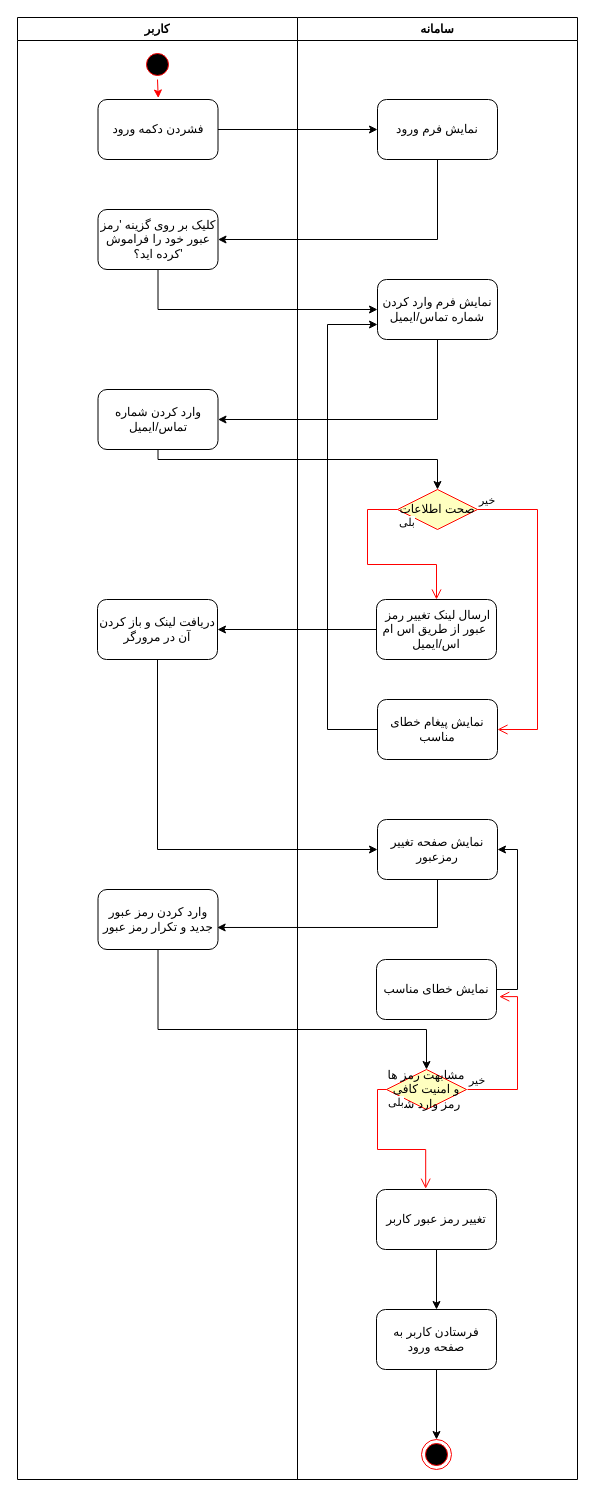
Above: page "فراموشی رمز عبور" (3 of 3) of NavidNasiri_ActivityDiagram.drawio in 4Tech-IUT/Activity-Diagrams (draw.io), before the change. Source tidied: cells renumbered, new cells numbered last; positions are measured from the earlier drawing's top-left corner, leaving out a move shared by most shapes. Both pictures are drawn from the tidied source at 100%, with x=0, y=0 at pixel (17, 17).
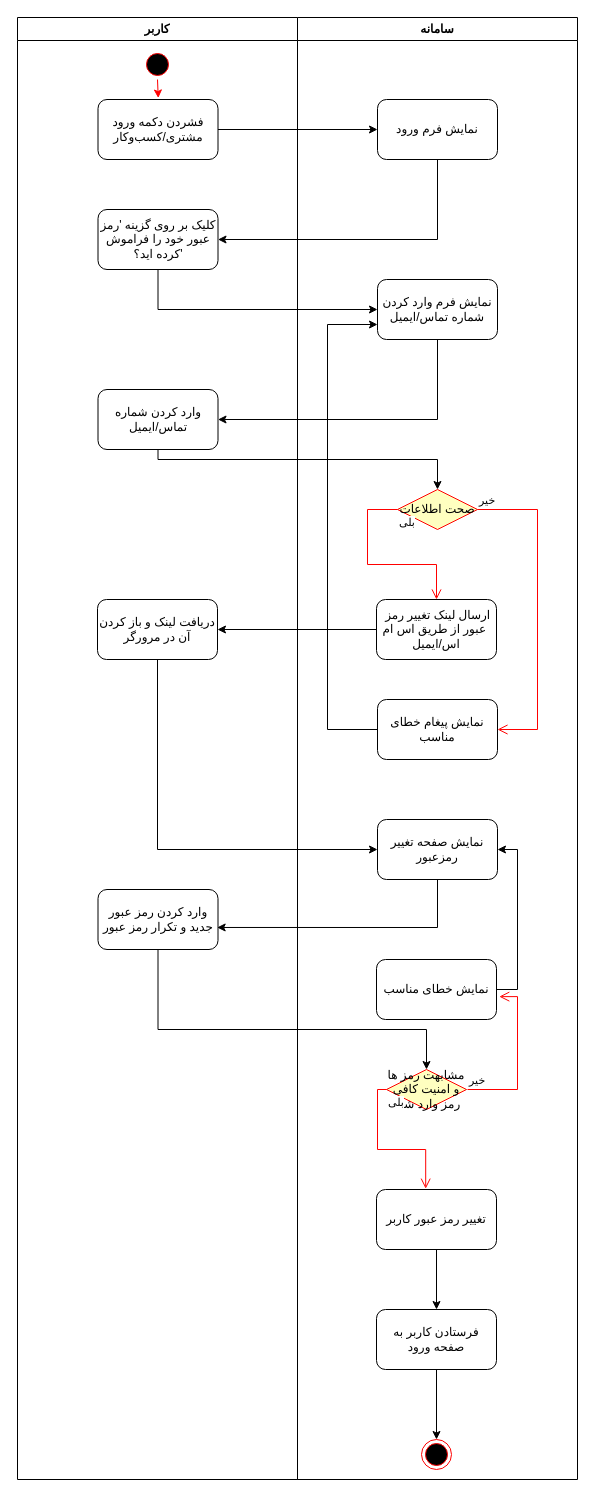
Above is the later version.

The change refers to these unchanged cells:
```xml
<mxCell id="2" value="کاربر" style="swimlane;whiteSpace=wrap;" parent="1" vertex="1">
  <mxGeometry width="280" height="1462" as="geometry" />
</mxCell>
```

Change to the diagram source:
```diff
@@
-    <mxCell id="4" value="فشردن دکمه ورود" style="rounded=1;whiteSpace=wrap;html=1;" parent="2" vertex="1">
+    <mxCell id="4" value="فشردن دکمه ورود مشتری/کسب‌و‌کار" style="rounded=1;whiteSpace=wrap;html=1;" parent="2" vertex="1">
       <mxGeometry x="80.5" y="82" width="120" height="60" as="geometry" />
     </mxCell>
```
